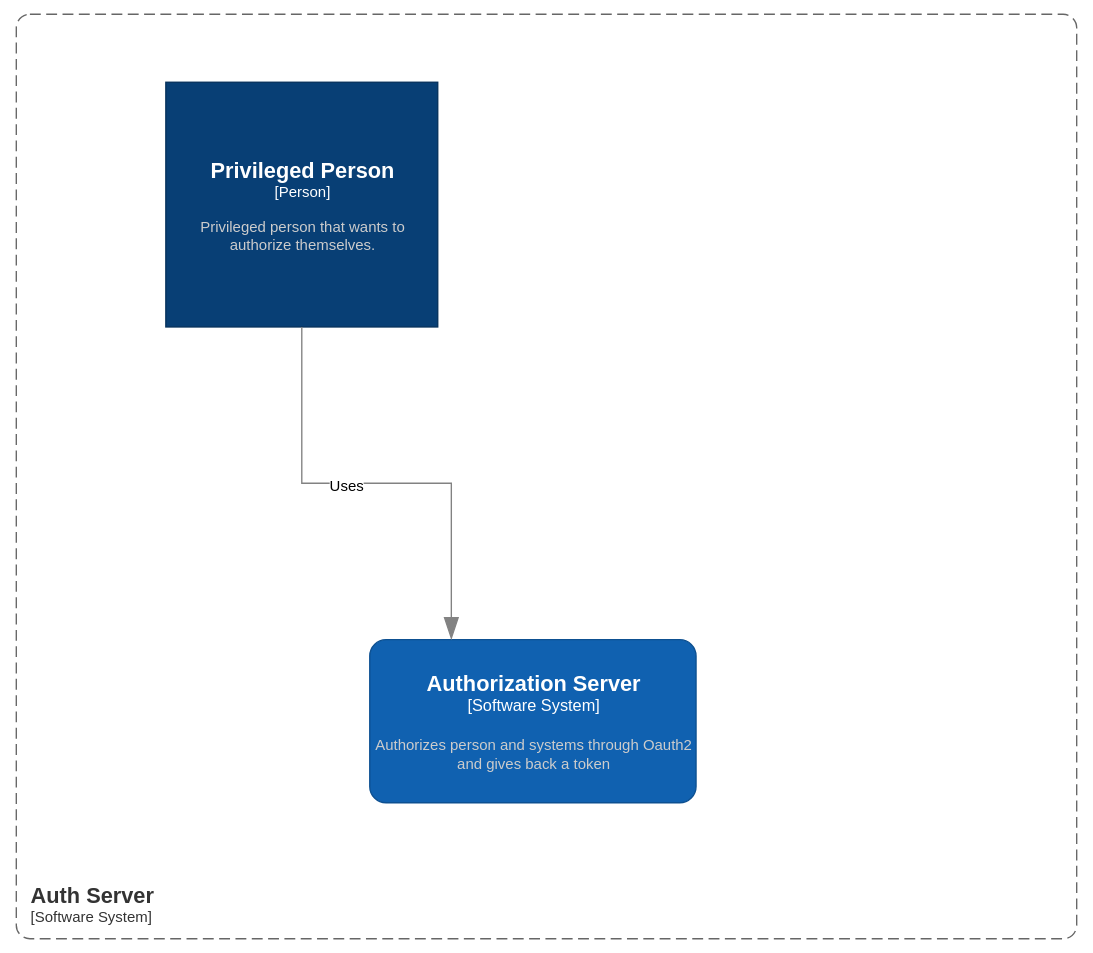
Before: docs/design/drawio/System.svg, a diagram exported from draw.io (andyholst/drawward). Source tidied: cells renumbered, new cells last; positions are measured from the earlier drawing's top-left corner, leaving out a move shared by most shapes.
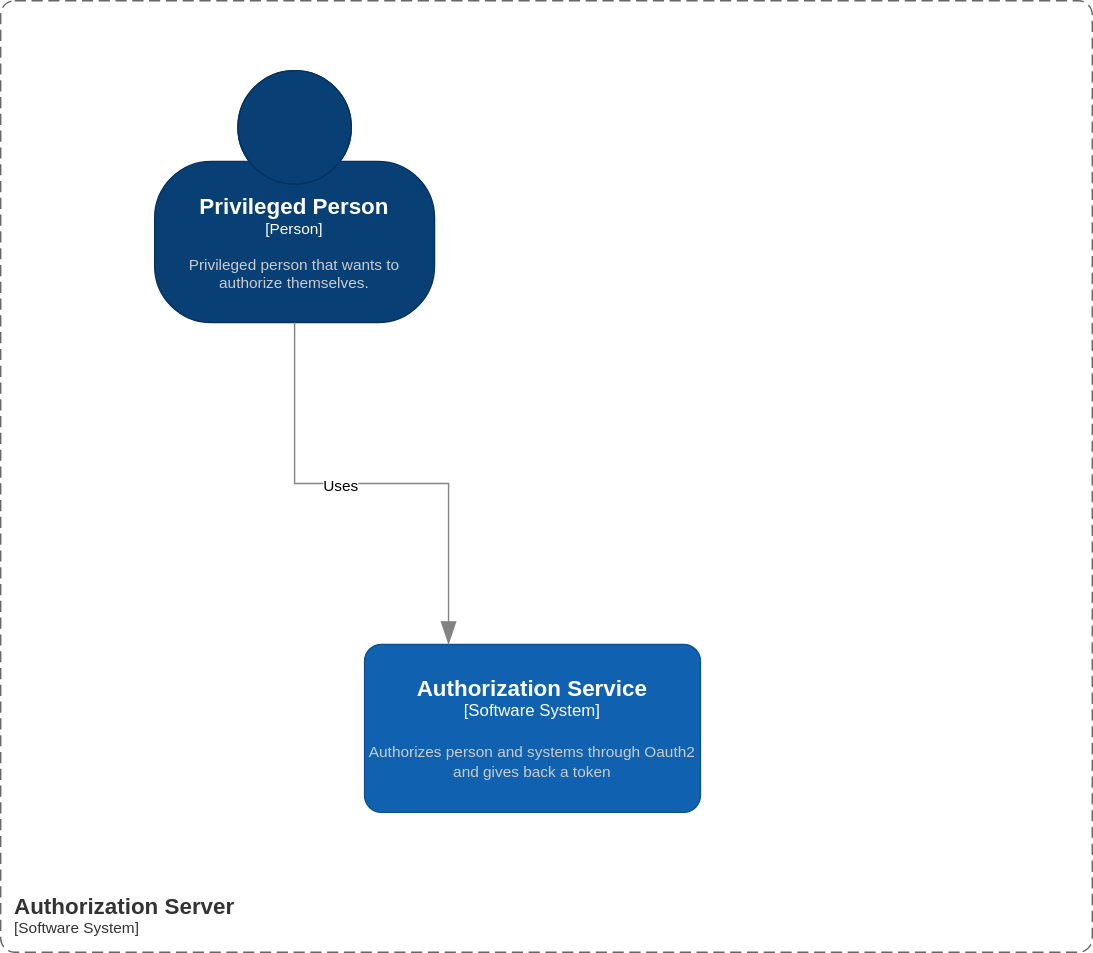
After the change.

What changed in the source:
```diff
@@ -7,12 +7,12 @@
         <mxGeometry x="110" y="50" width="200" height="180" as="geometry" />
       </mxCell>
     </object>
-    <object id="3" label="&lt;font style=&quot;font-size: 16px&quot;&gt;&lt;b&gt;&lt;div style=&quot;text-align: left&quot;&gt;%c4Name%&lt;/div&gt;&lt;/b&gt;&lt;/font&gt;&lt;div style=&quot;text-align: left&quot;&gt;[%c4Application%]&lt;/div&gt;" c4Application="Software System" c4Name="Auth Server" c4Type="SystemScopeBoundary" placeholders="1">
+    <object id="3" label="&lt;font style=&quot;font-size: 16px&quot;&gt;&lt;b&gt;&lt;div style=&quot;text-align: left&quot;&gt;%c4Name%&lt;/div&gt;&lt;/b&gt;&lt;/font&gt;&lt;div style=&quot;text-align: left&quot;&gt;[%c4Application%]&lt;/div&gt;" c4Application="Software System" c4Name="Authorization Server" c4Type="SystemScopeBoundary" placeholders="1">
       <mxCell style="rounded=1;fontSize=11;whiteSpace=wrap;html=1;dashed=1;arcSize=20;fillColor=none;strokeColor=#666666;fontColor=#333333;labelBackgroundColor=none;align=left;verticalAlign=bottom;labelBorderColor=none;spacingTop=0;spacing=10;dashPattern=8 4;perimeter=rectanglePerimeter;noLabel=0;labelPadding=0;absoluteArcSize=1;" parent="1" vertex="1">
         <mxGeometry width="780" height="680" as="geometry" />
       </mxCell>
     </object>
-    <object id="4" label="&lt;font style=&quot;font-size: 16px&quot;&gt;&lt;b&gt;%c4Name%&lt;/b&gt;&lt;/font&gt;&lt;div&gt;[%c4Type%]&lt;/div&gt;&lt;br&gt;&lt;div&gt;&lt;font style=&quot;font-size: 11px&quot;&gt;&lt;font color=&quot;#cccccc&quot;&gt;%c4Description%&lt;/font&gt;&lt;/div&gt;" c4Description="Authorizes person and systems through Oauth2 and gives back a token" c4Name="Authorization Server" c4Type="Software System" placeholders="1">
+    <object id="4" label="&lt;font style=&quot;font-size: 16px&quot;&gt;&lt;b&gt;%c4Name%&lt;/b&gt;&lt;/font&gt;&lt;div&gt;[%c4Type%]&lt;/div&gt;&lt;br&gt;&lt;div&gt;&lt;font style=&quot;font-size: 11px&quot;&gt;&lt;font color=&quot;#cccccc&quot;&gt;%c4Description%&lt;/font&gt;&lt;/div&gt;" c4Description="Authorizes person and systems through Oauth2 and gives back a token" c4Name="Authorization Service" c4Type="Software System" placeholders="1">
       <mxCell style="rounded=1;whiteSpace=wrap;html=1;labelBackgroundColor=none;fillColor=#1061B0;fontColor=#ffffff;align=center;arcSize=10;strokeColor=#0D5091;points=[[0.25,0,0],[0.5,0,0],[0.75,0,0],[1,0.25,0],[1,0.5,0],[1,0.75,0],[0.75,1,0],[0.5,1,0],[0.25,1,0],[0,0.75,0],[0,0.5,0],[0,0.25,0]];" parent="1" vertex="1">
         <mxGeometry x="260" y="460" width="240" height="120" as="geometry" />
       </mxCell>
```
